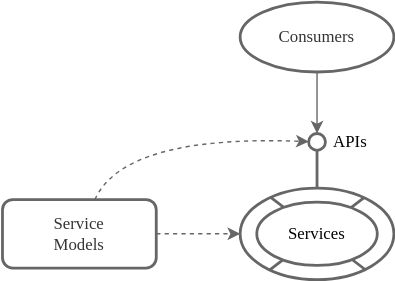
Above: guides/assets/providing-services/service-apis.drawio.svg in cap-js/docs (draw.io), before the change. Source tidied: cells renumbered, new cells last; positions are measured from the earlier drawing's top-left corner, leaving out a move shared by most shapes. Source of this version:
```xml
<mxGraphModel>
  <root>
    <mxCell id="0" />
    <mxCell id="1" parent="0" />
    <mxCell id="2" style="rounded=0;jettySize=auto;html=1;strokeWidth=1;fillColor=#f5f5f5;strokeColor=#666666;fontStyle=1;fontFamily=Avenir Next Medium;fontSize=12;sketch=0;" parent="1" edge="1" source="3" target="4">
      <mxGeometry x="-0.23" relative="1" as="geometry" />
    </mxCell>
    <mxCell id="3" value="Consumers" style="ellipse;whiteSpace=wrap;html=1;sketch=0;fontFamily=Avenir Next Medium;fontSize=12;fontColor=#333333;strokeColor=#666666;strokeWidth=2;fontStyle=0;" parent="1" vertex="1">
      <mxGeometry x="170" width="110" height="50" as="geometry" />
    </mxCell>
    <mxCell id="4" value="APIs" style="ellipse;whiteSpace=wrap;html=1;shadow=0;sketch=0;fillStyle=hachure;fontFamily=Avenir Next Medium;fontSize=12;fontColor=#000000;strokeColor=#666666;strokeWidth=2;align=left;spacingLeft=16;" parent="1" vertex="1">
      <mxGeometry x="219" y="94" width="12" height="12" as="geometry" />
    </mxCell>
    <mxCell id="5" style="endArrow=none;html=1;sketch=0;fontFamily=Avenir Next Medium;fontSize=12;fontColor=#000000;strokeColor=#666666;strokeWidth=2;curved=1;" parent="1" edge="1" source="7" target="4">
      <mxGeometry relative="1" as="geometry" />
    </mxCell>
    <mxCell id="6" style="group;" parent="1" vertex="1">
      <mxGeometry x="170" y="133" width="110" height="65.5" as="geometry" />
    </mxCell>
    <mxCell id="7" style="ellipse;whiteSpace=wrap;html=1;strokeWidth=2;strokeColor=#666666;gradientDirection=south;fontFamily=Avenir Next Medium;sketch=0;" parent="6" vertex="1">
      <mxGeometry width="110" height="65.5" as="geometry" />
    </mxCell>
    <mxCell id="8" style="rounded=0;orthogonalLoop=1;jettySize=auto;html=1;endArrow=none;endFill=0;strokeWidth=2;entryX=0.806;entryY=0.106;entryDx=0;entryDy=0;exitX=0.193;exitY=0.895;exitDx=0;exitDy=0;fillColor=#f8cecc;strokeColor=#666666;entryPerimeter=0;exitPerimeter=0;fontFamily=Avenir Next Medium;sketch=0;" parent="6" edge="1" source="7" target="7">
      <mxGeometry y="0.5" as="geometry" />
    </mxCell>
    <mxCell id="9" style="rounded=0;orthogonalLoop=1;jettySize=auto;html=1;endArrow=none;endFill=0;strokeWidth=2;entryX=0.819;entryY=0.898;entryDx=0;entryDy=0;exitX=0.199;exitY=0.102;exitDx=0;exitDy=0;fillColor=#f8cecc;strokeColor=#666666;exitPerimeter=0;entryPerimeter=0;fontFamily=Avenir Next Medium;sketch=0;" parent="6" edge="1" source="7" target="7">
      <mxGeometry x="-58.4" y="-621" as="geometry" />
    </mxCell>
    <mxCell id="10" value="Services" style="ellipse;whiteSpace=wrap;html=1;strokeWidth=2;fontFamily=Avenir Next Medium;fillColor=#FFFFFF;strokeColor=#666666;fontStyle=0;shadow=0;sketch=0;fillStyle=solid;" parent="6" vertex="1">
      <mxGeometry x="11.9" y="10.1" width="86.2" height="45.2" as="geometry" />
    </mxCell>
    <mxCell id="11" style="edgeStyle=none;rounded=0;jettySize=auto;html=1;strokeWidth=1;fontFamily=Avenir Next Medium;fontColor=#666666;strokeColor=#666666;dashed=1;sketch=0;" parent="1" edge="1" source="12" target="7">
      <mxGeometry relative="1" as="geometry" />
    </mxCell>
    <mxCell id="12" value="Service&lt;br&gt;Models" style="rounded=1;whiteSpace=wrap;html=1;strokeWidth=2;fontFamily=Avenir Next Medium;sketch=0;fillStyle=hachure;fontColor=#333333;strokeColor=#666666;" parent="1" vertex="1">
      <mxGeometry y="141.2" width="110" height="49" as="geometry" />
    </mxCell>
    <mxCell id="13" style="edgeStyle=none;jettySize=auto;html=1;strokeWidth=1;fontFamily=Avenir Next Medium;fontColor=#000000;strokeColor=#666666;dashed=1;sketch=0;curved=1;fontStyle=2;spacingTop=2;spacingBottom=2;" parent="1" edge="1" source="12" target="4">
      <mxGeometry x="-0.46" y="-3" relative="1" as="geometry">
        <Array as="points">
          <mxPoint x="87" y="95" />
        </Array>
      </mxGeometry>
    </mxCell>
  </root>
</mxGraphModel>
```
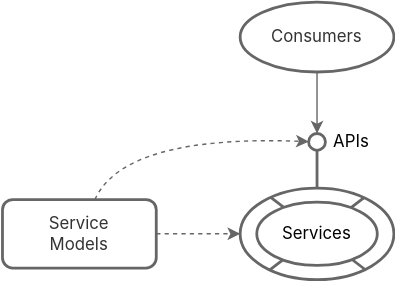
After the commit.

What changed in the source:
```diff
@@ -2,40 +2,40 @@
   <root>
     <mxCell id="0" />
     <mxCell id="1" parent="0" />
-    <mxCell id="2" style="rounded=0;jettySize=auto;html=1;strokeWidth=1;fillColor=#f5f5f5;strokeColor=#666666;fontStyle=1;fontFamily=Avenir Next Medium;fontSize=12;sketch=0;" parent="1" edge="1" source="3" target="4">
+    <mxCell id="2" style="rounded=0;jettySize=auto;html=1;strokeWidth=1;fillColor=#f5f5f5;strokeColor=#666666;fontStyle=1;fontFamily='Avenir Next', 'Inter var', 'Inter', Helvetica, Arial, sans-serif;fontSize=12;sketch=0;" parent="1" edge="1" source="3" target="4">
       <mxGeometry x="-0.23" relative="1" as="geometry" />
     </mxCell>
-    <mxCell id="3" value="Consumers" style="ellipse;whiteSpace=wrap;html=1;sketch=0;fontFamily=Avenir Next Medium;fontSize=12;fontColor=#333333;strokeColor=#666666;strokeWidth=2;fontStyle=0;" parent="1" vertex="1">
+    <mxCell id="3" value="Consumers" style="ellipse;whiteSpace=wrap;html=1;sketch=0;fontFamily='Avenir Next', 'Inter var', 'Inter', Helvetica, Arial, sans-serif;fontSize=12;fontColor=#333333;strokeColor=#666666;strokeWidth=2;fontStyle=0;" parent="1" vertex="1">
       <mxGeometry x="170" width="110" height="50" as="geometry" />
     </mxCell>
-    <mxCell id="4" value="APIs" style="ellipse;whiteSpace=wrap;html=1;shadow=0;sketch=0;fillStyle=hachure;fontFamily=Avenir Next Medium;fontSize=12;fontColor=#000000;strokeColor=#666666;strokeWidth=2;align=left;spacingLeft=16;" parent="1" vertex="1">
+    <mxCell id="4" value="APIs" style="ellipse;whiteSpace=wrap;html=1;shadow=0;sketch=0;fillStyle=hachure;fontFamily='Avenir Next', 'Inter var', 'Inter', Helvetica, Arial, sans-serif;fontSize=12;fontColor=#000000;strokeColor=#666666;strokeWidth=2;align=left;spacingLeft=16;" parent="1" vertex="1">
       <mxGeometry x="219" y="94" width="12" height="12" as="geometry" />
     </mxCell>
-    <mxCell id="5" style="endArrow=none;html=1;sketch=0;fontFamily=Avenir Next Medium;fontSize=12;fontColor=#000000;strokeColor=#666666;strokeWidth=2;curved=1;" parent="1" edge="1" source="7" target="4">
+    <mxCell id="5" style="endArrow=none;html=1;sketch=0;fontFamily='Avenir Next', 'Inter var', 'Inter', Helvetica, Arial, sans-serif;fontSize=12;fontColor=#000000;strokeColor=#666666;strokeWidth=2;curved=1;" parent="1" edge="1" source="7" target="4">
       <mxGeometry relative="1" as="geometry" />
     </mxCell>
-    <mxCell id="6" style="group;" parent="1" vertex="1">
+    <mxCell id="6" style="group;fontFamily='Avenir Next', 'Inter var', 'Inter', Helvetica, Arial, sans-serif;" parent="1" vertex="1">
       <mxGeometry x="170" y="133" width="110" height="65.5" as="geometry" />
     </mxCell>
-    <mxCell id="7" style="ellipse;whiteSpace=wrap;html=1;strokeWidth=2;strokeColor=#666666;gradientDirection=south;fontFamily=Avenir Next Medium;sketch=0;" parent="6" vertex="1">
+    <mxCell id="7" style="ellipse;whiteSpace=wrap;html=1;strokeWidth=2;strokeColor=#666666;gradientDirection=south;fontFamily='Avenir Next', 'Inter var', 'Inter', Helvetica, Arial, sans-serif;sketch=0;" parent="6" vertex="1">
       <mxGeometry width="110" height="65.5" as="geometry" />
     </mxCell>
-    <mxCell id="8" style="rounded=0;orthogonalLoop=1;jettySize=auto;html=1;endArrow=none;endFill=0;strokeWidth=2;entryX=0.806;entryY=0.106;entryDx=0;entryDy=0;exitX=0.193;exitY=0.895;exitDx=0;exitDy=0;fillColor=#f8cecc;strokeColor=#666666;entryPerimeter=0;exitPerimeter=0;fontFamily=Avenir Next Medium;sketch=0;" parent="6" edge="1" source="7" target="7">
+    <mxCell id="8" style="rounded=0;orthogonalLoop=1;jettySize=auto;html=1;endArrow=none;endFill=0;strokeWidth=2;entryX=0.806;entryY=0.106;entryDx=0;entryDy=0;exitX=0.193;exitY=0.895;exitDx=0;exitDy=0;fillColor=#f8cecc;strokeColor=#666666;entryPerimeter=0;exitPerimeter=0;fontFamily='Avenir Next', 'Inter var', 'Inter', Helvetica, Arial, sans-serif;sketch=0;" parent="6" edge="1" source="7" target="7">
       <mxGeometry y="0.5" as="geometry" />
     </mxCell>
-    <mxCell id="9" style="rounded=0;orthogonalLoop=1;jettySize=auto;html=1;endArrow=none;endFill=0;strokeWidth=2;entryX=0.819;entryY=0.898;entryDx=0;entryDy=0;exitX=0.199;exitY=0.102;exitDx=0;exitDy=0;fillColor=#f8cecc;strokeColor=#666666;exitPerimeter=0;entryPerimeter=0;fontFamily=Avenir Next Medium;sketch=0;" parent="6" edge="1" source="7" target="7">
+    <mxCell id="9" style="rounded=0;orthogonalLoop=1;jettySize=auto;html=1;endArrow=none;endFill=0;strokeWidth=2;entryX=0.819;entryY=0.898;entryDx=0;entryDy=0;exitX=0.199;exitY=0.102;exitDx=0;exitDy=0;fillColor=#f8cecc;strokeColor=#666666;exitPerimeter=0;entryPerimeter=0;fontFamily='Avenir Next', 'Inter var', 'Inter', Helvetica, Arial, sans-serif;sketch=0;" parent="6" edge="1" source="7" target="7">
       <mxGeometry x="-58.4" y="-621" as="geometry" />
     </mxCell>
-    <mxCell id="10" value="Services" style="ellipse;whiteSpace=wrap;html=1;strokeWidth=2;fontFamily=Avenir Next Medium;fillColor=#FFFFFF;strokeColor=#666666;fontStyle=0;shadow=0;sketch=0;fillStyle=solid;" parent="6" vertex="1">
+    <mxCell id="10" value="Services" style="ellipse;whiteSpace=wrap;html=1;strokeWidth=2;fontFamily='Avenir Next', 'Inter var', 'Inter', Helvetica, Arial, sans-serif;fillColor=#FFFFFF;strokeColor=#666666;fontStyle=0;shadow=0;sketch=0;fillStyle=solid;" parent="6" vertex="1">
       <mxGeometry x="11.9" y="10.1" width="86.2" height="45.2" as="geometry" />
     </mxCell>
-    <mxCell id="11" style="edgeStyle=none;rounded=0;jettySize=auto;html=1;strokeWidth=1;fontFamily=Avenir Next Medium;fontColor=#666666;strokeColor=#666666;dashed=1;sketch=0;" parent="1" edge="1" source="12" target="7">
+    <mxCell id="11" style="edgeStyle=none;rounded=0;jettySize=auto;html=1;strokeWidth=1;fontFamily='Avenir Next', 'Inter var', 'Inter', Helvetica, Arial, sans-serif;fontColor=#666666;strokeColor=#666666;dashed=1;sketch=0;" parent="1" edge="1" source="12" target="7">
       <mxGeometry relative="1" as="geometry" />
     </mxCell>
-    <mxCell id="12" value="Service&lt;br&gt;Models" style="rounded=1;whiteSpace=wrap;html=1;strokeWidth=2;fontFamily=Avenir Next Medium;sketch=0;fillStyle=hachure;fontColor=#333333;strokeColor=#666666;" parent="1" vertex="1">
+    <mxCell id="12" value="Service&lt;br&gt;Models" style="rounded=1;whiteSpace=wrap;html=1;strokeWidth=2;fontFamily='Avenir Next', 'Inter var', 'Inter', Helvetica, Arial, sans-serif;sketch=0;fillStyle=hachure;fontColor=#333333;strokeColor=#666666;" parent="1" vertex="1">
       <mxGeometry y="141.2" width="110" height="49" as="geometry" />
     </mxCell>
-    <mxCell id="13" style="edgeStyle=none;jettySize=auto;html=1;strokeWidth=1;fontFamily=Avenir Next Medium;fontColor=#000000;strokeColor=#666666;dashed=1;sketch=0;curved=1;fontStyle=2;spacingTop=2;spacingBottom=2;" parent="1" edge="1" source="12" target="4">
+    <mxCell id="13" style="edgeStyle=none;jettySize=auto;html=1;strokeWidth=1;fontFamily='Avenir Next', 'Inter var', 'Inter', Helvetica, Arial, sans-serif;fontColor=#000000;strokeColor=#666666;dashed=1;sketch=0;curved=1;fontStyle=2;spacingTop=2;spacingBottom=2;" parent="1" edge="1" source="12" target="4">
       <mxGeometry x="-0.46" y="-3" relative="1" as="geometry">
         <Array as="points">
           <mxPoint x="87" y="95" />
```
